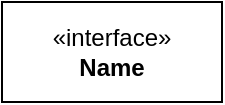
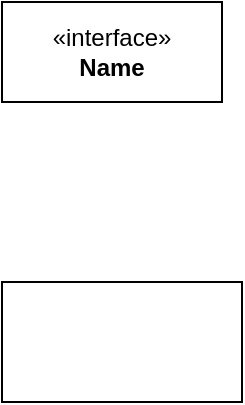
<mxfile host="65bd71144e">
    <diagram id="MN_Fk5rUbVgcRKU6Alry" name="第 1 页">
-         <mxGraphModel dx="1371" dy="1018" grid="1" gridSize="10" guides="1" tooltips="1" connect="1" arrows="1" fold="1" page="1" pageScale="1" pageWidth="827" pageHeight="1169" math="0" shadow="0">
+         <mxGraphModel dx="1366" dy="1018" grid="1" gridSize="10" guides="1" tooltips="1" connect="1" arrows="1" fold="1" page="1" pageScale="1" pageWidth="827" pageHeight="1169" math="0" shadow="0">
            <root>
                <mxCell id="0"/>
                <mxCell id="1" parent="0"/>
-                 <mxCell id="2" value="&amp;laquo;interface&amp;raquo;&lt;br&gt;&lt;b&gt;Name&lt;/b&gt;" style="html=1;whiteSpace=wrap;" vertex="1" parent="1">
-                     <mxGeometry x="80" y="120" width="110" height="50" as="geometry"/>
+                 <mxCell id="2" value="&amp;laquo;interface&amp;raquo;&lt;br&gt;&lt;b&gt;Name&lt;/b&gt;" style="html=1;whiteSpace=wrap;" parent="1" vertex="1">
+                     <mxGeometry x="280" y="280" width="110" height="50" as="geometry"/>
+                 </mxCell>
+                 <mxCell id="3" value="" style="rounded=0;whiteSpace=wrap;html=1;" vertex="1" parent="1">
+                     <mxGeometry x="280" y="420" width="120" height="60" as="geometry"/>
                </mxCell>
            </root>
        </mxGraphModel>
    </diagram>
</mxfile>